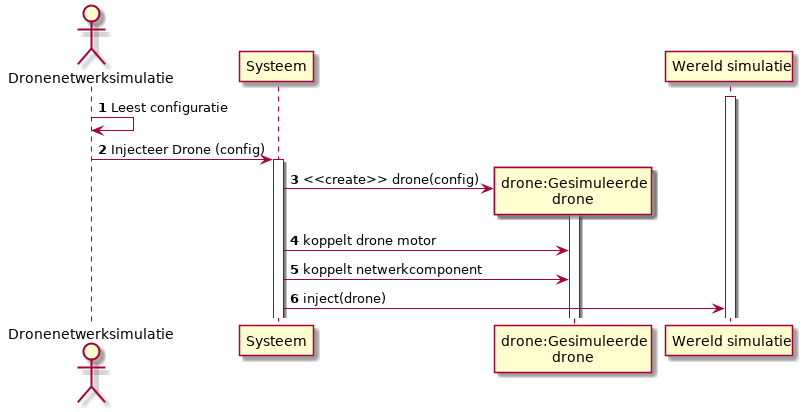
Earlier version of the PlantUML export Docs/DesignDocumenten/UML/out/usecase/sequence/SimulerenDrone/SimulerenDrone.png (mauriceberentsen/Automated-Drone-Distribution-Network).
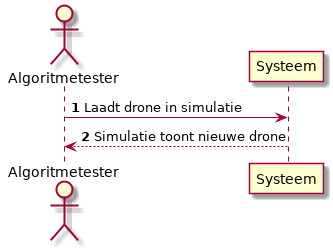
After the commit.

What changed in the source:
```diff
@@ -1,17 +1,11 @@
 @startuml
 
 autonumber
-actor "Dronenetwerksimulatie" as AT
+actor "Algoritmetester" as AT
 participant "Systeem" as sys
-participant "drone:Gesimuleerde\ndrone" as drone
-participant "Wereld simulatie" as SIM
 
-activate SIM
-AT -> AT : Leest configuratie
-AT -> sys +: Injecteer Drone (config)
-create drone
-sys -> drone +: <<create>> drone(config)
-sys -> drone : koppelt drone motor
-sys -> drone : koppelt netwerkcomponent
-sys -> SIM   : inject(drone)
+
+AT -> sys : Laadt drone in simulatie
+AT <-- sys : Simulatie toont nieuwe drone
+
 @enduml
```
